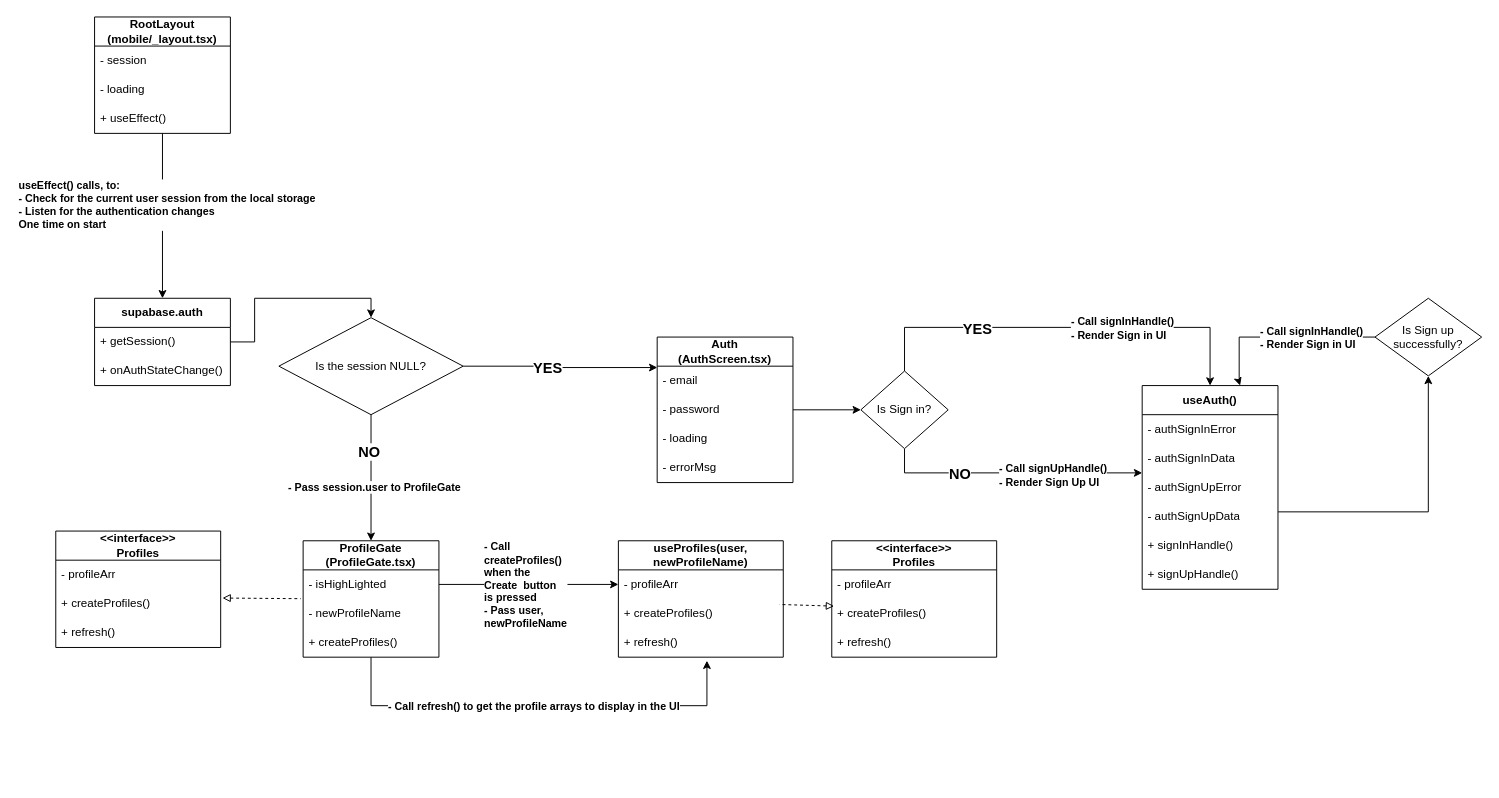
Earlier version of the draw.io diagram page "UML Class Diagram" (1 of 2) of Class_Diagram_Web.drawio (khanhsaan/SharedTimer_v1). Source tidied: cells renumbered, new cells numbered last; positions are measured from the earlier drawing's top-left corner, leaving out a move shared by most shapes. Both pictures are drawn from the tidied source at 97%, with x=0, y=0 at pixel (55, 16).
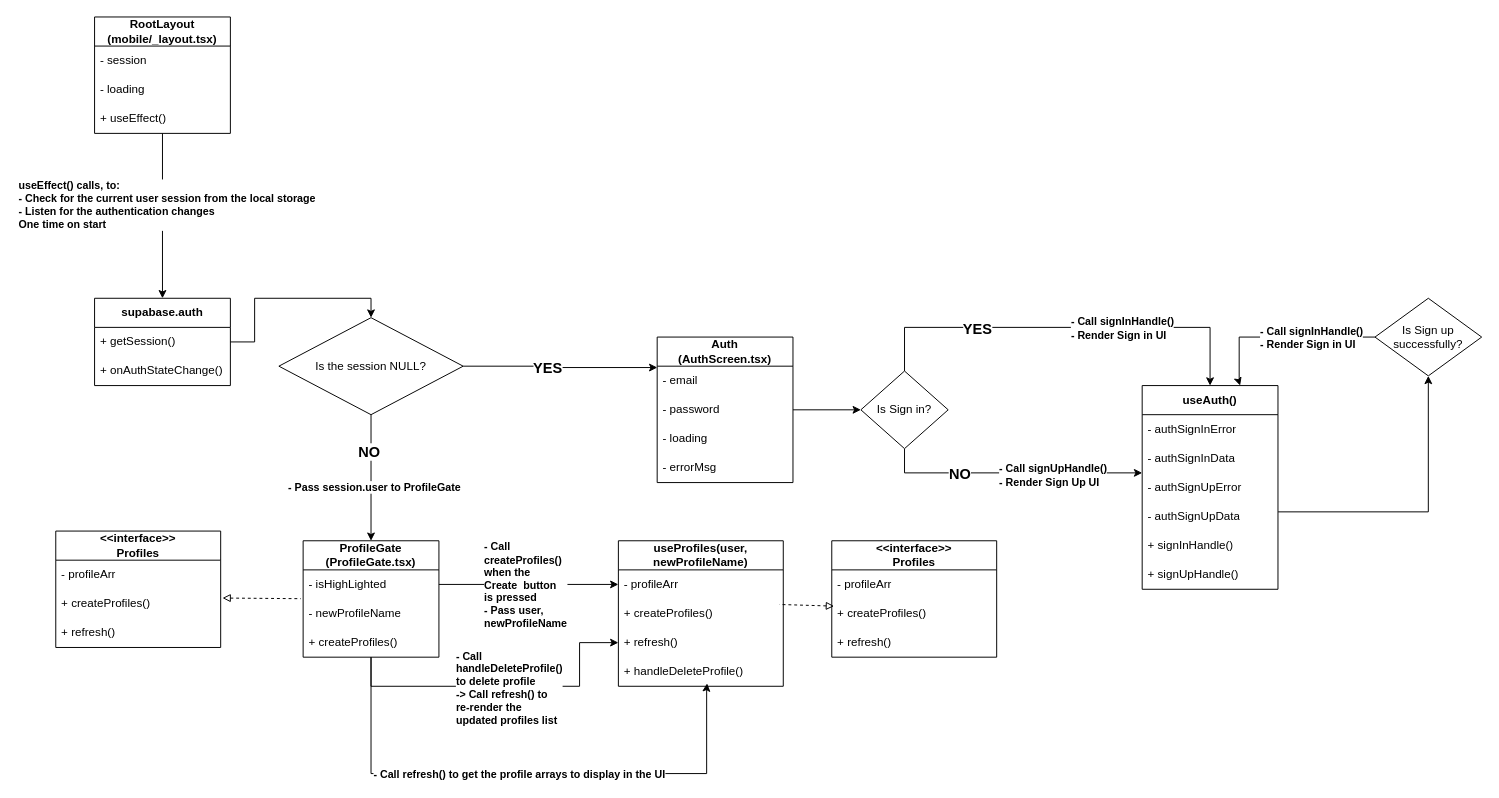
The same page after the edit.

Unchanged cells that the change refers to:
```xml
<mxCell id="38" value="ProfileGate&lt;div&gt;(ProfileGate.tsx)&lt;/div&gt;" style="swimlane;fontStyle=1;horizontal=1;startSize=30;whiteSpace=wrap;html=1;" parent="1" vertex="1">
  <mxGeometry x="255" y="540" width="140" height="120" as="geometry" />
</mxCell>
<mxCell id="41" value="+ createProfiles()" style="text;strokeColor=none;fillColor=none;align=left;verticalAlign=middle;spacingLeft=4;spacingRight=4;overflow=hidden;points=[[0,0.5],[1,0.5]];portConstraint=eastwest;whiteSpace=wrap;html=1;" parent="38" vertex="1">
  <mxGeometry y="90" width="140" height="30" as="geometry" />
</mxCell>
<mxCell id="45" value="+ refresh()" style="text;strokeColor=none;fillColor=none;align=left;verticalAlign=middle;spacingLeft=4;spacingRight=4;overflow=hidden;points=[[0,0.5],[1,0.5]];portConstraint=eastwest;whiteSpace=wrap;html=1;" parent="42" vertex="1">
  <mxGeometry y="90" width="170" height="30" as="geometry" />
</mxCell>
```

The edit, as a diff of the source:
```diff
@@
     <mxCell id="42" value="useProfiles(user, newProfileName)" style="swimlane;fontStyle=1;horizontal=1;startSize=30;whiteSpace=wrap;html=1;" parent="1" vertex="1">
-      <mxGeometry x="580" y="540" width="170" height="120" as="geometry" />
+      <mxGeometry x="580" y="540" width="170" height="150" as="geometry" />
     </mxCell>
@@
+    <mxCell id="64" value="+ handleDeleteProfile()" style="text;strokeColor=none;fillColor=none;align=left;verticalAlign=middle;spacingLeft=4;spacingRight=4;overflow=hidden;points=[[0,0.5],[1,0.5]];portConstraint=eastwest;whiteSpace=wrap;" parent="42" vertex="1">
+      <mxGeometry y="120" width="170" height="30" as="geometry" />
+    </mxCell>
@@
-    <mxCell id="52" style="edgeStyle=orthogonalEdgeStyle;rounded=0;jettySize=auto;html=1;entryX=0.537;entryY=1.122;entryDx=0;entryDy=0;entryPerimeter=0;" parent="1" edge="1" source="38" target="45">
+    <mxCell id="52" style="edgeStyle=orthogonalEdgeStyle;rounded=0;jettySize=auto;html=1;entryX=0.538;entryY=0.9;entryDx=0;entryDy=0;entryPerimeter=0;" parent="1" edge="1" source="38" target="64">
       <mxGeometry relative="1" as="geometry">
         <Array as="points">
-          <mxPoint x="325" y="710" />
-          <mxPoint x="671" y="710" />
+          <mxPoint x="325" y="780" />
+          <mxPoint x="671" y="780" />
+          <mxPoint x="671" y="692" />
         </Array>
       </mxGeometry>
     </mxCell>
     <mxCell id="53" value="&lt;b&gt;- Call refresh() to get the profile arrays to display in the UI&lt;/b&gt;" style="edgeLabel;html=1;align=left;verticalAlign=middle;" parent="52" vertex="1">
       <mxGeometry x="-0.03" relative="1" as="geometry">
-        <mxPoint x="-149" as="offset" />
+        <mxPoint x="-150" as="offset" />
       </mxGeometry>
     </mxCell>
@@
+    <mxCell id="65" style="edgeStyle=orthogonalEdgeStyle;rounded=0;jettySize=auto;html=1;entryX=0;entryY=0.5;entryDx=0;entryDy=0;" parent="1" edge="1" source="41" target="45">
+      <mxGeometry relative="1" as="geometry">
+        <Array as="points">
+          <mxPoint x="325" y="690" />
+          <mxPoint x="540" y="690" />
+          <mxPoint x="540" y="645" />
+        </Array>
+      </mxGeometry>
+    </mxCell>
+    <mxCell id="66" value="- Call handleDeleteProfile() to delete profile&lt;div&gt;-&amp;gt; Call refresh() to re-render the updated profiles list&lt;/div&gt;" style="edgeLabel;html=1;align=left;verticalAlign=middle;fontStyle=1;whiteSpace=wrap;" parent="65" vertex="1">
+      <mxGeometry x="-0.49" y="-1" relative="1" as="geometry">
+        <mxPoint x="32" as="offset" />
+      </mxGeometry>
+    </mxCell>
```
